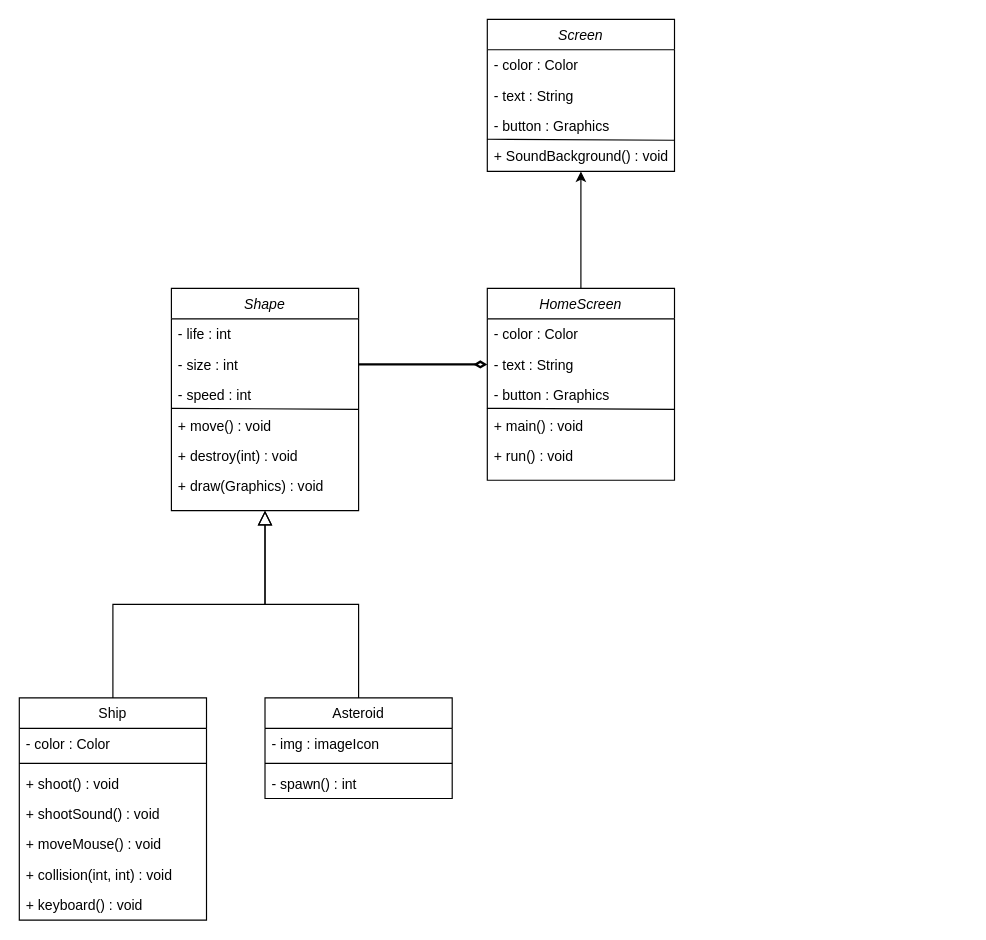
Game-JAVA/Javasapiens keeps this draw.io diagram as Diagrama UML.drawio. Above is the earlier version. Source tidied: cells renumbered, new cells numbered last; positions are measured from the earlier drawing's top-left corner, leaving out a move shared by most shapes. Both pictures are drawn from the tidied source at 117%, with x=0, y=0 at pixel (19, 19).
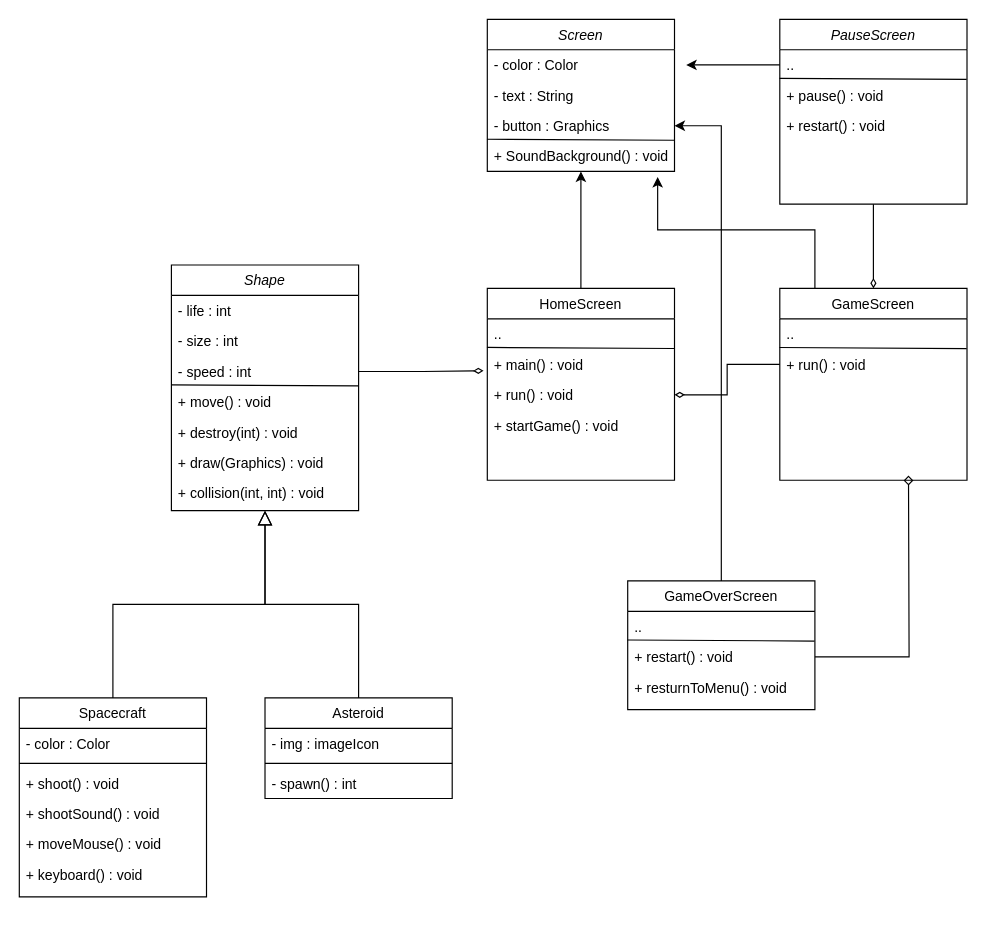
The same page after the edit.

Commit message:
docs: UML Diagram

The change refers to these unchanged cells:
```xml
<mxCell id="4" value="- size : int" style="text;align=left;verticalAlign=top;spacingLeft=4;spacingRight=4;overflow=hidden;points=[[0,0.5],[1,0.5]];portConstraint=eastwest;rounded=0;shadow=0;html=0;" parent="2" vertex="1">
  <mxGeometry y="52" width="160" height="26" as="geometry" />
</mxCell>
<mxCell id="5" value="- speed : int" style="text;align=left;verticalAlign=top;spacingLeft=4;spacingRight=4;overflow=hidden;points=[[0,0.5],[1,0.5]];portConstraint=eastwest;rounded=0;shadow=0;html=0;strokeWidth=12;" parent="2" vertex="1">
  <mxGeometry y="78" width="160" height="26" as="geometry" />
</mxCell>
<mxCell id="36" value="- button : Graphics" style="text;align=left;verticalAlign=top;spacingLeft=4;spacingRight=4;overflow=hidden;points=[[0,0.5],[1,0.5]];portConstraint=eastwest;rounded=0;shadow=0;html=0;strokeWidth=12;" parent="33" vertex="1">
  <mxGeometry y="78" width="160" height="26" as="geometry" />
</mxCell>
<mxCell id="38" value="+ SoundBackground() : void " style="text;align=left;verticalAlign=top;spacingLeft=4;spacingRight=4;overflow=hidden;points=[[0,0.5],[1,0.5]];portConstraint=eastwest;rounded=0;shadow=0;html=0;strokeWidth=12;" parent="33" vertex="1">
  <mxGeometry y="104" width="160" height="26" as="geometry" />
</mxCell>
```

Diff of the diagram source:
```diff
@@
     <mxCell id="2" value="Shape" style="swimlane;fontStyle=2;align=center;verticalAlign=top;horizontal=1;startSize=26;rounded=0;shadow=0;strokeWidth=1;" parent="1" vertex="1">
-      <mxGeometry x="130" y="230" width="160" height="190" as="geometry" />
+      <mxGeometry x="130" y="210" width="160" height="210" as="geometry" />
     </mxCell>
@@
+    <mxCell id="16" value="+ collision(int, int) : void" style="text;align=left;verticalAlign=top;spacingLeft=4;spacingRight=4;overflow=hidden;" parent="2" vertex="1">
+      <mxGeometry y="182" width="160" height="26" as="geometry" />
+    </mxCell>
-    <mxCell id="10" value="Ship" style="swimlane;fontStyle=0;align=center;verticalAlign=top;horizontal=1;startSize=26;rounded=0;shadow=0;strokeWidth=1;" parent="1" vertex="1">
-      <mxGeometry y="580" width="160" height="190" as="geometry" />
+    <mxCell id="10" value="Spacecraft" style="swimlane;fontStyle=0;align=center;verticalAlign=top;horizontal=1;startSize=26;rounded=0;shadow=0;strokeWidth=1;" parent="1" vertex="1">
+      <mxGeometry y="580" width="160" height="170" as="geometry" />
     </mxCell>
@@
-    <mxCell id="16" value="+ collision(int, int) : void" style="text;align=left;verticalAlign=top;spacingLeft=4;spacingRight=4;overflow=hidden;" parent="10" vertex="1">
-      <mxGeometry y="138" width="160" height="26" as="geometry" />
-    </mxCell>
     <mxCell id="17" value="+ keyboard() : void" style="text;align=left;verticalAlign=top;spacingLeft=4;spacingRight=4;overflow=hidden;" parent="10" vertex="1">
-      <mxGeometry y="164" width="160" height="26" as="geometry" />
+      <mxGeometry y="138" width="160" height="32" as="geometry" />
     </mxCell>
@@
-    <mxCell id="25" value="HomeScreen" style="swimlane;fontStyle=2;align=center;verticalAlign=top;horizontal=1;startSize=26;rounded=0;shadow=0;strokeWidth=1;" parent="1" vertex="1">
+    <mxCell id="25" value="HomeScreen" style="swimlane;fontStyle=0;align=center;verticalAlign=top;horizontal=1;startSize=26;rounded=0;shadow=0;strokeWidth=1;" parent="1" vertex="1">
       <mxGeometry x="400" y="230" width="160" height="164" as="geometry" />
     </mxCell>
-    <mxCell id="26" value="- color : Color" style="text;align=left;verticalAlign=top;spacingLeft=4;spacingRight=4;overflow=hidden;rounded=0;shadow=0;html=0;" parent="25" vertex="1">
+    <mxCell id="26" value=".." style="text;align=left;verticalAlign=top;spacingLeft=4;spacingRight=4;overflow=hidden;rounded=0;shadow=0;html=0;" parent="25" vertex="1">
       <mxGeometry y="26" width="160" height="26" as="geometry" />
     </mxCell>
-    <mxCell id="27" value="- text : String" style="text;align=left;verticalAlign=top;spacingLeft=4;spacingRight=4;overflow=hidden;points=[[0,0.5],[1,0.5]];portConstraint=eastwest;rounded=0;shadow=0;html=0;" parent="25" vertex="1">
-      <mxGeometry y="52" width="160" height="26" as="geometry" />
-    </mxCell>
-    <mxCell id="28" value="- button : Graphics" style="text;align=left;verticalAlign=top;spacingLeft=4;spacingRight=4;overflow=hidden;rounded=0;shadow=0;html=0;strokeWidth=12;" parent="25" vertex="1">
-      <mxGeometry y="78" width="160" height="26" as="geometry" />
-    </mxCell>
     <mxCell id="29" value="+ main() : void" style="text;align=left;verticalAlign=top;spacingLeft=4;spacingRight=4;overflow=hidden;points=[[0,0.5],[1,0.5]];portConstraint=eastwest;" parent="25" vertex="1">
-      <mxGeometry y="104" width="160" height="26" as="geometry" />
+      <mxGeometry y="52" width="160" height="26" as="geometry" />
     </mxCell>
@@
     <mxCell id="31" value="+ run() : void" style="text;align=left;verticalAlign=top;spacingLeft=4;spacingRight=4;overflow=hidden;points=[[0,0.5],[1,0.5]];portConstraint=eastwest;" parent="25" vertex="1">
-      <mxGeometry y="130" width="160" height="26" as="geometry" />
+      <mxGeometry y="78" width="160" height="26" as="geometry" />
     </mxCell>
-    <mxCell id="32" style="edgeStyle=orthogonalEdgeStyle;rounded=0;jettySize=auto;html=1;curved=0;endArrow=diamondThin;endFill=0;strokeWidth=2;" parent="1" edge="1" source="4" target="27">
-      <mxGeometry relative="1" as="geometry" />
-    </mxCell>
+    <mxCell id="39" value="+ startGame() : void" style="text;align=left;verticalAlign=top;spacingLeft=4;spacingRight=4;overflow=hidden;" parent="25" vertex="1">
+      <mxGeometry y="104" width="160" height="26" as="geometry" />
+    </mxCell>
@@
+    <mxCell id="40" style="edgeStyle=orthogonalEdgeStyle;rounded=0;jettySize=auto;html=1;entryX=0.5;entryY=0;entryDx=0;entryDy=0;endArrow=diamondThin;endFill=0;" parent="1" edge="1" source="41" target="47">
+      <mxGeometry relative="1" as="geometry" />
+    </mxCell>
+    <mxCell id="41" value="PauseScreen" style="swimlane;fontStyle=2;align=center;verticalAlign=top;horizontal=1;startSize=26;rounded=0;shadow=0;strokeWidth=1;" parent="1" vertex="1">
+      <mxGeometry x="650" width="160" height="158" as="geometry" />
+    </mxCell>
+    <mxCell id="42" style="edgeStyle=orthogonalEdgeStyle;rounded=0;jettySize=auto;html=1;" parent="41" edge="1" source="43">
+      <mxGeometry relative="1" as="geometry">
+        <mxPoint x="-80" y="39" as="targetPoint" />
+      </mxGeometry>
+    </mxCell>
+    <mxCell id="43" value=".." style="text;align=left;verticalAlign=top;spacingLeft=4;spacingRight=4;overflow=hidden;points=[[0,0.5],[1,0.5]];portConstraint=eastwest;rounded=0;shadow=0;html=0;" parent="41" vertex="1">
+      <mxGeometry y="26" width="160" height="26" as="geometry" />
+    </mxCell>
+    <mxCell id="44" style="endArrow=none;html=1;rounded=0;exitX=-0.002;exitY=-0.059;exitDx=0;exitDy=0;exitPerimeter=0;entryX=0.998;entryY=-0.024;entryDx=0;entryDy=0;entryPerimeter=0;" parent="41" edge="1">
+      <mxGeometry relative="1" as="geometry">
+        <mxPoint x="-0.3" y="50.5" as="sourcePoint" />
+        <mxPoint x="159.7" y="51.4" as="targetPoint" />
+      </mxGeometry>
+    </mxCell>
+    <mxCell id="45" value="+ pause() : void" style="text;align=left;verticalAlign=top;spacingLeft=4;spacingRight=4;overflow=hidden;" parent="41" vertex="1">
+      <mxGeometry y="52" width="160" height="26" as="geometry" />
+    </mxCell>
+    <mxCell id="46" value="+ restart() : void" style="text;align=left;verticalAlign=top;spacingLeft=4;spacingRight=4;overflow=hidden;" parent="41" vertex="1">
+      <mxGeometry y="78" width="160" height="26" as="geometry" />
+    </mxCell>
+    <mxCell id="47" value="GameScreen" style="swimlane;fontStyle=0;align=center;verticalAlign=top;horizontal=1;startSize=26;rounded=0;shadow=0;strokeWidth=1;" parent="1" vertex="1">
+      <mxGeometry x="650" y="230" width="160" height="164" as="geometry" />
+    </mxCell>
+    <mxCell id="48" value=".." style="text;align=left;verticalAlign=top;spacingLeft=4;spacingRight=4;overflow=hidden;rounded=0;shadow=0;html=0;" parent="47" vertex="1">
+      <mxGeometry y="26" width="160" height="26" as="geometry" />
+    </mxCell>
+    <mxCell id="49" style="endArrow=none;html=1;rounded=0;exitX=-0.002;exitY=-0.059;exitDx=0;exitDy=0;exitPerimeter=0;entryX=0.998;entryY=-0.024;entryDx=0;entryDy=0;entryPerimeter=0;" parent="47" edge="1">
+      <mxGeometry relative="1" as="geometry">
+        <mxPoint x="-0.3" y="50.5" as="sourcePoint" />
+        <mxPoint x="159.7" y="51.4" as="targetPoint" />
+      </mxGeometry>
+    </mxCell>
+    <mxCell id="50" value="+ run() : void" style="text;align=left;verticalAlign=top;spacingLeft=4;spacingRight=4;overflow=hidden;points=[[0,0.5],[1,0.5]];portConstraint=eastwest;" parent="47" vertex="1">
+      <mxGeometry y="52" width="160" height="26" as="geometry" />
+    </mxCell>
+    <mxCell id="51" style="edgeStyle=orthogonalEdgeStyle;rounded=0;jettySize=auto;html=1;entryX=0.91;entryY=1.184;entryDx=0;entryDy=0;entryPerimeter=0;" parent="1" edge="1" source="47" target="38">
+      <mxGeometry relative="1" as="geometry">
+        <Array as="points">
+          <mxPoint x="680" y="180" />
+          <mxPoint x="546" y="180" />
+        </Array>
+      </mxGeometry>
+    </mxCell>
+    <mxCell id="52" style="edgeStyle=orthogonalEdgeStyle;rounded=0;jettySize=auto;html=1;entryX=1;entryY=0.5;entryDx=0;entryDy=0;" parent="1" edge="1" source="53" target="36">
+      <mxGeometry relative="1" as="geometry" />
+    </mxCell>
+    <mxCell id="53" value="GameOverScreen" style="swimlane;fontStyle=0;align=center;verticalAlign=top;horizontal=1;startSize=26;rounded=0;shadow=0;strokeWidth=1;" parent="1" vertex="1">
+      <mxGeometry x="520" y="480" width="160" height="110" as="geometry" />
+    </mxCell>
+    <mxCell id="54" value=".." style="text;align=left;verticalAlign=top;spacingLeft=4;spacingRight=4;overflow=hidden;rounded=0;shadow=0;html=0;" parent="53" vertex="1">
+      <mxGeometry y="26" width="160" height="26" as="geometry" />
+    </mxCell>
+    <mxCell id="55" style="endArrow=none;html=1;rounded=0;exitX=-0.002;exitY=-0.059;exitDx=0;exitDy=0;exitPerimeter=0;entryX=0.998;entryY=-0.024;entryDx=0;entryDy=0;entryPerimeter=0;" parent="53" edge="1">
+      <mxGeometry relative="1" as="geometry">
+        <mxPoint x="-0.3" y="50.5" as="sourcePoint" />
+        <mxPoint x="159.7" y="51.4" as="targetPoint" />
+      </mxGeometry>
+    </mxCell>
+    <mxCell id="56" style="edgeStyle=orthogonalEdgeStyle;rounded=0;jettySize=auto;html=1;endArrow=diamond;endFill=0;" parent="53" edge="1" source="57">
+      <mxGeometry relative="1" as="geometry">
+        <mxPoint x="240" y="-90" as="targetPoint" />
+      </mxGeometry>
+    </mxCell>
+    <mxCell id="57" value="+ restart() : void" style="text;align=left;verticalAlign=top;spacingLeft=4;spacingRight=4;overflow=hidden;points=[[0,0.5],[1,0.5]];portConstraint=eastwest;" parent="53" vertex="1">
+      <mxGeometry y="52" width="160" height="26" as="geometry" />
+    </mxCell>
+    <mxCell id="58" value="+ resturnToMenu() : void" style="text;align=left;verticalAlign=top;spacingLeft=4;spacingRight=4;overflow=hidden;" parent="53" vertex="1">
+      <mxGeometry y="78" width="160" height="26" as="geometry" />
+    </mxCell>
+    <mxCell id="59" style="edgeStyle=orthogonalEdgeStyle;rounded=0;jettySize=auto;html=1;entryX=1;entryY=0.5;entryDx=0;entryDy=0;endArrow=diamondThin;endFill=0;" parent="1" edge="1" source="50" target="31">
+      <mxGeometry relative="1" as="geometry" />
+    </mxCell>
+    <mxCell id="60" style="edgeStyle=orthogonalEdgeStyle;rounded=0;jettySize=auto;html=1;entryX=-0.02;entryY=0.707;entryDx=0;entryDy=0;entryPerimeter=0;endArrow=diamondThin;endFill=0;" parent="1" edge="1" source="5" target="29">
+      <mxGeometry relative="1" as="geometry" />
+    </mxCell>
```
